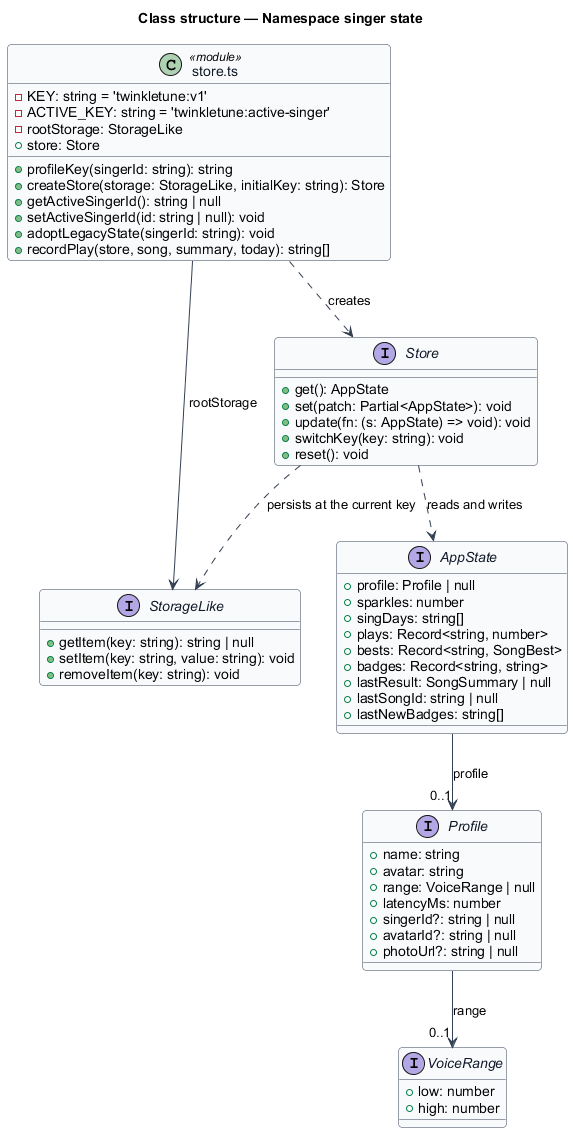
Above: docs/detailed-designs/player-profiles/namespace-singer-state/diagrams/class-structure.png in QuinntyneBrown/TwinkleTune (PlantUML), before the change. Its diagram source:
```plantuml
@startuml
skinparam backgroundColor #FFFFFF
skinparam shadowing false
skinparam roundcorner 8
skinparam defaultFontName Arial
skinparam ArrowColor #344054
skinparam class {
  BorderColor #344054
  FontColor #101828
  BackgroundColor #F9FAFB
}
title Class structure — Namespace singer state

interface StorageLike {
  +getItem(key: string): string | null
  +setItem(key: string, value: string): void
  +removeItem(key: string): void
}

interface Store {
  +get(): AppState
  +set(patch: Partial<AppState>): void
  +update(fn: (s: AppState) => void): void
  +switchKey(key: string): void
  +reset(): void
}

interface AppState {
  +profile: Profile | null
  +sparkles: number
  +singDays: string[]
  +plays: Record<string, number>
  +bests: Record<string, SongBest>
  +badges: Record<string, string>
  +lastResult: SongSummary | null
  +lastSongId: string | null
  +lastNewBadges: string[]
}

interface Profile {
  +name: string
  +avatar: string
  +range: VoiceRange | null
  +latencyMs: number
  +singerId?: string | null
  +avatarId?: string | null
  +photoUrl?: string | null
}

interface VoiceRange {
  +low: number
  +high: number
}

class "store.ts" as StoreMod <<module>> {
  -KEY: string = 'twinkletune:v1'
  -ACTIVE_KEY: string = 'twinkletune:active-singer'
  -rootStorage: StorageLike
  +store: Store
  +profileKey(singerId: string): string
  +createStore(storage: StorageLike, initialKey: string): Store
  +getActiveSingerId(): string | null
  +setActiveSingerId(id: string | null): void
  +adoptLegacyState(singerId: string): void
  +recordPlay(store, song, summary, today): string[]
}

StoreMod ..> Store : creates
StoreMod --> StorageLike : rootStorage
Store ..> AppState : reads and writes
Store ..> StorageLike : persists at the current key
AppState --> "0..1" Profile : profile
Profile --> "0..1" VoiceRange : range
@enduml
```
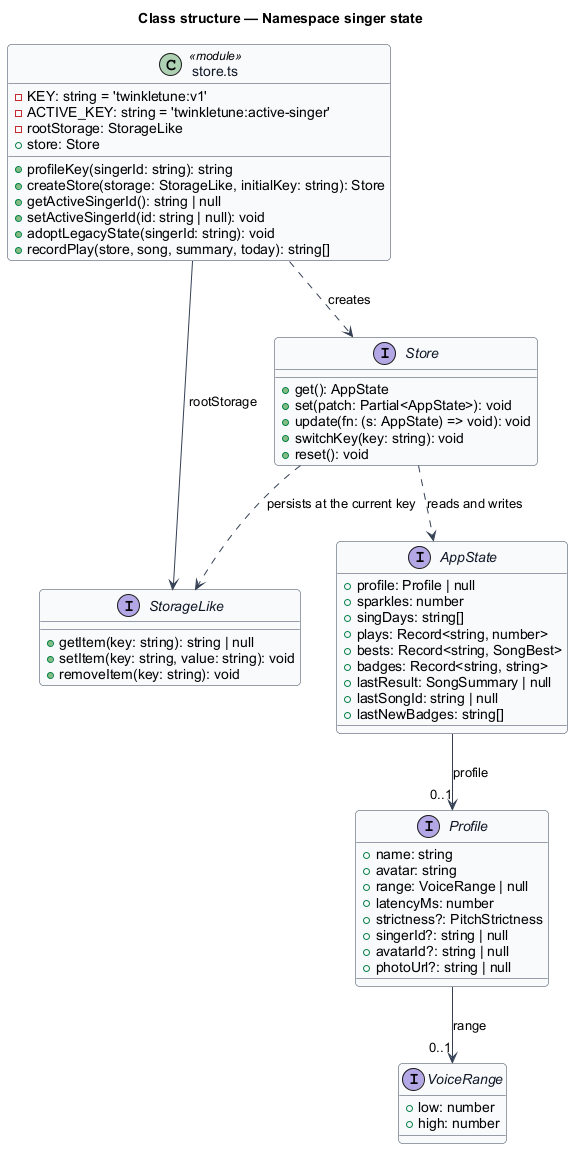
The same file after the commit.

The edit, as a diff of the source:
```diff
@@ -42,6 +42,7 @@
   +avatar: string
   +range: VoiceRange | null
   +latencyMs: number
+  +strictness?: PitchStrictness
   +singerId?: string | null
   +avatarId?: string | null
   +photoUrl?: string | null
```
